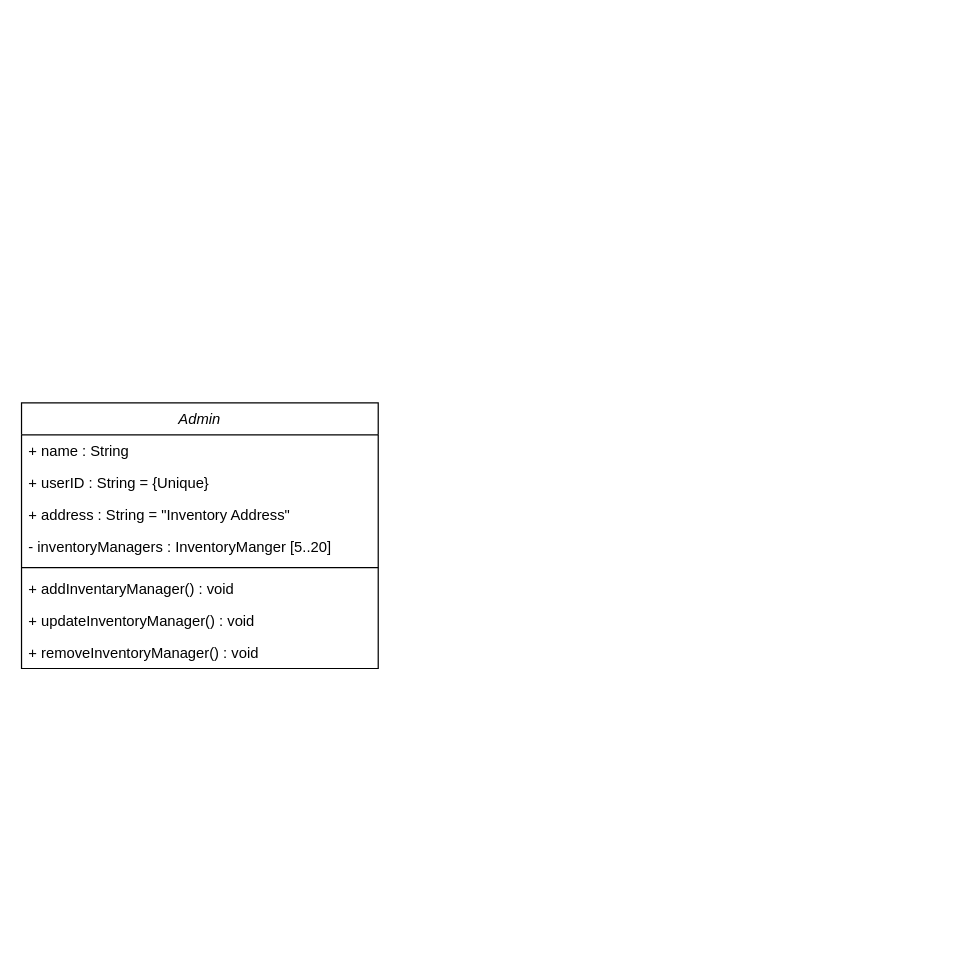
mohityede/First-REP keeps this draw.io diagram as UML/Class Diagram.drawio. Above is the earlier version. Source tidied: cells renumbered, new cells numbered last; positions are measured from the earlier drawing's top-left corner, leaving out a move shared by most shapes. Both pictures are drawn from the tidied source at 123%, with x=0, y=0 at pixel (21, 402).
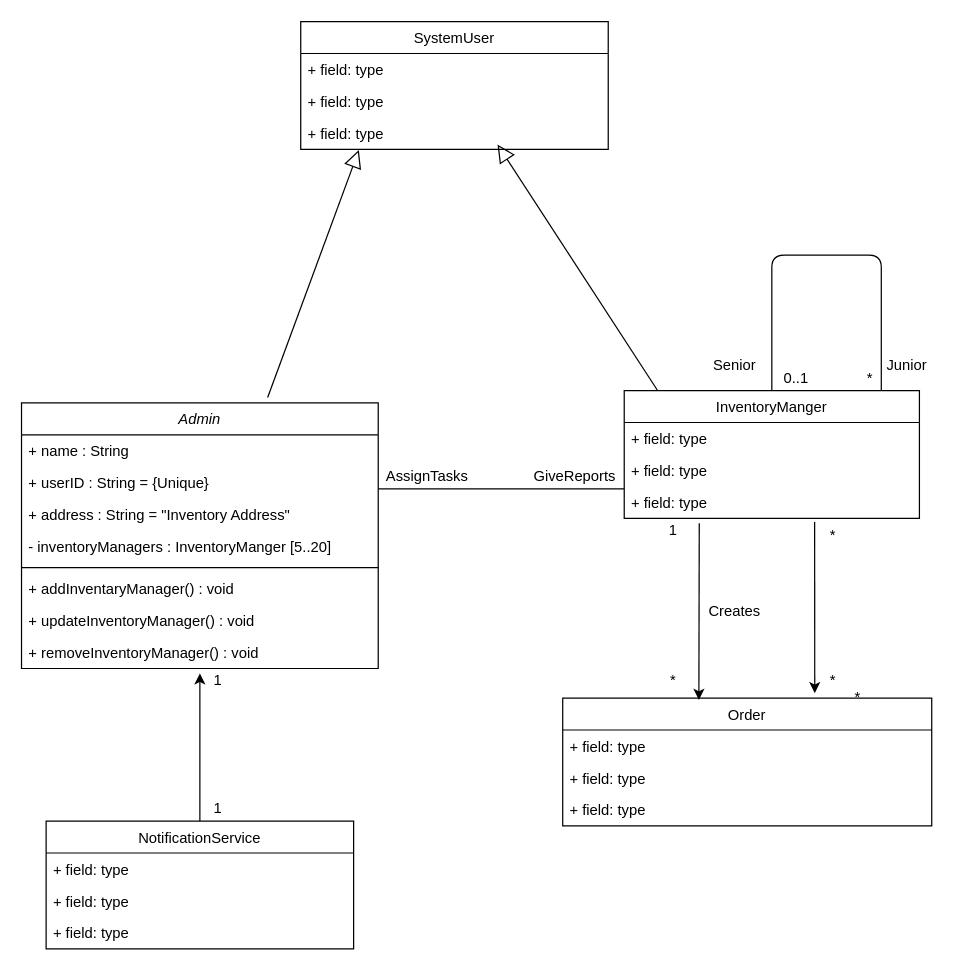
Above is the later version.

Commit message:
updation till generalization

The change refers to these unchanged cells:
```xml
<mxCell id="2" value="Admin" style="swimlane;fontStyle=2;align=center;verticalAlign=top;horizontal=1;startSize=26;rounded=0;shadow=0;strokeWidth=1;" parent="1" vertex="1">
  <mxGeometry width="290" height="216" as="geometry" />
</mxCell>
<mxCell id="10" value="+ removeInventoryManager() : void" style="text;align=left;verticalAlign=top;spacingLeft=4;spacingRight=4;overflow=hidden;points=[[0,0.5],[1,0.5]];portConstraint=eastwest;" parent="2" vertex="1">
  <mxGeometry y="190" width="290" height="26" as="geometry" />
</mxCell>
```

What changed in the source:
```diff
@@
+    <mxCell id="11" value="InventoryManger" style="swimlane;fontStyle=0;horizontal=1;startSize=26;fillColor=none;" parent="1" vertex="1">
+      <mxGeometry x="490" y="-10" width="240" height="104" as="geometry" />
+    </mxCell>
+    <mxCell id="12" value="+ field: type" style="text;strokeColor=none;fillColor=none;align=left;verticalAlign=top;spacingLeft=4;spacingRight=4;overflow=hidden;" parent="11" vertex="1">
+      <mxGeometry y="26" width="240" height="26" as="geometry" />
+    </mxCell>
+    <mxCell id="13" value="+ field: type" style="text;strokeColor=none;fillColor=none;align=left;verticalAlign=top;spacingLeft=4;spacingRight=4;overflow=hidden;" parent="11" vertex="1">
+      <mxGeometry y="52" width="240" height="26" as="geometry" />
+    </mxCell>
+    <mxCell id="14" value="+ field: type" style="text;strokeColor=none;fillColor=none;align=left;verticalAlign=top;spacingLeft=4;spacingRight=4;overflow=hidden;points=[[0,0.5],[1,0.5]];portConstraint=eastwest;" parent="11" vertex="1">
+      <mxGeometry y="78" width="240" height="26" as="geometry" />
+    </mxCell>
+    <mxCell id="15" style="endArrow=none;html=1;" parent="11" edge="1">
+      <mxGeometry relative="1" as="geometry">
+        <mxPoint x="120" as="sourcePoint" />
+        <mxPoint x="209" as="targetPoint" />
+        <Array as="points">
+          <mxPoint x="120" y="-110" />
+          <mxPoint x="209" y="-110" />
+        </Array>
+      </mxGeometry>
+    </mxCell>
+    <mxCell id="16" value="Order" style="swimlane;fontStyle=0;horizontal=1;startSize=26;fillColor=none;" parent="1" vertex="1">
+      <mxGeometry x="440" y="240" width="300" height="104" as="geometry" />
+    </mxCell>
+    <mxCell id="17" value="+ field: type" style="text;strokeColor=none;fillColor=none;align=left;verticalAlign=top;spacingLeft=4;spacingRight=4;overflow=hidden;" parent="16" vertex="1">
+      <mxGeometry y="26" width="300" height="26" as="geometry" />
+    </mxCell>
+    <mxCell id="18" value="+ field: type" style="text;strokeColor=none;fillColor=none;align=left;verticalAlign=top;spacingLeft=4;spacingRight=4;overflow=hidden;" parent="16" vertex="1">
+      <mxGeometry y="52" width="300" height="26" as="geometry" />
+    </mxCell>
+    <mxCell id="19" value="+ field: type" style="text;strokeColor=none;fillColor=none;align=left;verticalAlign=top;spacingLeft=4;spacingRight=4;overflow=hidden;" parent="16" vertex="1">
+      <mxGeometry y="78" width="300" height="26" as="geometry" />
+    </mxCell>
+    <mxCell id="20" style="endArrow=classic;html=1;entryX=0.369;entryY=0.015;entryDx=0;entryDy=0;entryPerimeter=0;" parent="1" edge="1" target="16">
+      <mxGeometry relative="1" as="geometry">
+        <mxPoint x="551" y="98" as="sourcePoint" />
+      </mxGeometry>
+    </mxCell>
+    <mxCell id="21" style="endArrow=none;html=1;" parent="1" edge="1">
+      <mxGeometry relative="1" as="geometry">
+        <mxPoint x="290" y="70" as="sourcePoint" />
+        <mxPoint x="490" y="70" as="targetPoint" />
+      </mxGeometry>
+    </mxCell>
+    <mxCell id="22" value="Creates" style="text;html=1;strokeColor=none;fillColor=none;align=center;verticalAlign=middle;whiteSpace=wrap;rounded=0;" parent="1" vertex="1">
+      <mxGeometry x="560" y="160" width="40" height="20" as="geometry" />
+    </mxCell>
+    <mxCell id="23" value="AssignTasks" style="text;html=1;strokeColor=none;fillColor=none;align=center;verticalAlign=middle;whiteSpace=wrap;rounded=0;" parent="1" vertex="1">
+      <mxGeometry x="310" y="50" width="40" height="20" as="geometry" />
+    </mxCell>
+    <mxCell id="24" value="GiveReports" style="text;html=1;strokeColor=none;fillColor=none;align=center;verticalAlign=middle;whiteSpace=wrap;rounded=0;" parent="1" vertex="1">
+      <mxGeometry x="430" y="50" width="40" height="20" as="geometry" />
+    </mxCell>
+    <mxCell id="25" value="Senior" style="text;html=1;strokeColor=none;fillColor=none;align=center;verticalAlign=middle;whiteSpace=wrap;rounded=0;" parent="1" vertex="1">
+      <mxGeometry x="560" y="-40" width="40" height="20" as="geometry" />
+    </mxCell>
+    <mxCell id="26" value="Junior" style="text;html=1;strokeColor=none;fillColor=none;align=center;verticalAlign=middle;whiteSpace=wrap;rounded=0;" parent="1" vertex="1">
+      <mxGeometry x="700" y="-40" width="40" height="20" as="geometry" />
+    </mxCell>
+    <mxCell id="27" value="*" style="text;html=1;strokeColor=none;fillColor=none;align=center;verticalAlign=middle;whiteSpace=wrap;rounded=0;" parent="1" vertex="1">
+      <mxGeometry x="670" y="-30" width="40" height="20" as="geometry" />
+    </mxCell>
+    <mxCell id="28" value="0..1" style="text;html=1;strokeColor=none;fillColor=none;align=center;verticalAlign=middle;whiteSpace=wrap;rounded=0;" parent="1" vertex="1">
+      <mxGeometry x="610" y="-30" width="40" height="20" as="geometry" />
+    </mxCell>
+    <mxCell id="29" style="endArrow=classic;html=1;exitX=0.645;exitY=1.111;exitDx=0;exitDy=0;exitPerimeter=0;entryX=0.683;entryY=-0.038;entryDx=0;entryDy=0;entryPerimeter=0;" parent="1" edge="1" source="14" target="16">
+      <mxGeometry relative="1" as="geometry" />
+    </mxCell>
+    <mxCell id="30" value="1" style="text;html=1;strokeColor=none;fillColor=none;align=center;verticalAlign=middle;whiteSpace=wrap;rounded=0;" parent="1" vertex="1">
+      <mxGeometry x="510" y="94" width="40" height="20" as="geometry" />
+    </mxCell>
+    <mxCell id="31" value="*" style="text;html=1;strokeColor=none;fillColor=none;align=center;verticalAlign=middle;whiteSpace=wrap;rounded=0;" parent="1" vertex="1">
+      <mxGeometry x="510" y="216" width="40" height="20" as="geometry" />
+    </mxCell>
+    <mxCell id="32" value="*" style="text;html=1;strokeColor=none;fillColor=none;align=center;verticalAlign=middle;whiteSpace=wrap;rounded=0;" parent="1" vertex="1">
+      <mxGeometry x="640" y="216" width="40" height="20" as="geometry" />
+    </mxCell>
+    <mxCell id="33" value="*" style="text;html=1;strokeColor=none;fillColor=none;align=center;verticalAlign=middle;whiteSpace=wrap;rounded=0;" parent="1" vertex="1">
+      <mxGeometry x="640" y="98" width="40" height="20" as="geometry" />
+    </mxCell>
+    <mxCell id="34" value="NotificationService" style="swimlane;fontStyle=0;horizontal=1;startSize=26;fillColor=none;" parent="1" vertex="1">
+      <mxGeometry x="20" y="340" width="250" height="104" as="geometry" />
+    </mxCell>
+    <mxCell id="35" value="+ field: type" style="text;strokeColor=none;fillColor=none;align=left;verticalAlign=top;spacingLeft=4;spacingRight=4;overflow=hidden;" parent="34" vertex="1">
+      <mxGeometry y="26" width="250" height="26" as="geometry" />
+    </mxCell>
+    <mxCell id="36" value="+ field: type" style="text;strokeColor=none;fillColor=none;align=left;verticalAlign=top;spacingLeft=4;spacingRight=4;overflow=hidden;" parent="34" vertex="1">
+      <mxGeometry y="52" width="250" height="26" as="geometry" />
+    </mxCell>
+    <mxCell id="37" value="+ field: type" style="text;strokeColor=none;fillColor=none;align=left;verticalAlign=top;spacingLeft=4;spacingRight=4;overflow=hidden;" parent="34" vertex="1">
+      <mxGeometry y="78" width="250" height="26" as="geometry" />
+    </mxCell>
+    <mxCell id="38" style="endArrow=classic;html=1;exitX=0.5;exitY=0;exitDx=0;exitDy=0;entryX=0.5;entryY=1.154;entryDx=0;entryDy=0;entryPerimeter=0;" parent="1" edge="1" source="34" target="10">
+      <mxGeometry relative="1" as="geometry" />
+    </mxCell>
+    <mxCell id="39" value="1" style="text;html=1;strokeColor=none;fillColor=none;align=center;verticalAlign=middle;whiteSpace=wrap;rounded=0;" parent="1" vertex="1">
+      <mxGeometry x="140" y="216" width="40" height="20" as="geometry" />
+    </mxCell>
+    <mxCell id="40" value="*" style="text;html=1;strokeColor=none;fillColor=none;align=center;verticalAlign=middle;whiteSpace=wrap;rounded=0;" parent="1" vertex="1">
+      <mxGeometry x="660" y="230" width="40" height="20" as="geometry" />
+    </mxCell>
+    <mxCell id="41" value="1" style="text;html=1;strokeColor=none;fillColor=none;align=center;verticalAlign=middle;whiteSpace=wrap;rounded=0;" parent="1" vertex="1">
+      <mxGeometry x="140" y="320" width="40" height="20" as="geometry" />
+    </mxCell>
+    <mxCell id="42" value="SystemUser" style="swimlane;fontStyle=0;horizontal=1;startSize=26;fillColor=none;" parent="1" vertex="1">
+      <mxGeometry x="227" y="-310" width="250" height="104" as="geometry" />
+    </mxCell>
+    <mxCell id="43" value="+ field: type" style="text;strokeColor=none;fillColor=none;align=left;verticalAlign=top;spacingLeft=4;spacingRight=4;overflow=hidden;" parent="42" vertex="1">
+      <mxGeometry y="26" width="250" height="26" as="geometry" />
+    </mxCell>
+    <mxCell id="44" value="+ field: type" style="text;strokeColor=none;fillColor=none;align=left;verticalAlign=top;spacingLeft=4;spacingRight=4;overflow=hidden;" parent="42" vertex="1">
+      <mxGeometry y="52" width="250" height="26" as="geometry" />
+    </mxCell>
+    <mxCell id="45" value="+ field: type" style="text;strokeColor=none;fillColor=none;align=left;verticalAlign=top;spacingLeft=4;spacingRight=4;overflow=hidden;points=[[0,0.5],[1,0.5]];portConstraint=eastwest;" parent="42" vertex="1">
+      <mxGeometry y="78" width="250" height="26" as="geometry" />
+    </mxCell>
+    <mxCell id="46" style="edgeStyle=none;html=1;endSize=12;endArrow=block;endFill=0;exitX=0.113;exitY=0;exitDx=0;exitDy=0;exitPerimeter=0;" parent="1" edge="1" source="11">
+      <mxGeometry relative="1" as="geometry">
+        <mxPoint x="387" y="-210" as="targetPoint" />
+      </mxGeometry>
+    </mxCell>
+    <mxCell id="47" style="edgeStyle=none;html=1;endSize=12;endArrow=block;endFill=0;exitX=0.69;exitY=-0.02;exitDx=0;exitDy=0;exitPerimeter=0;entryX=0.189;entryY=1.02;entryDx=0;entryDy=0;entryPerimeter=0;" parent="1" edge="1" source="2" target="45">
+      <mxGeometry relative="1" as="geometry" />
+    </mxCell>
```
